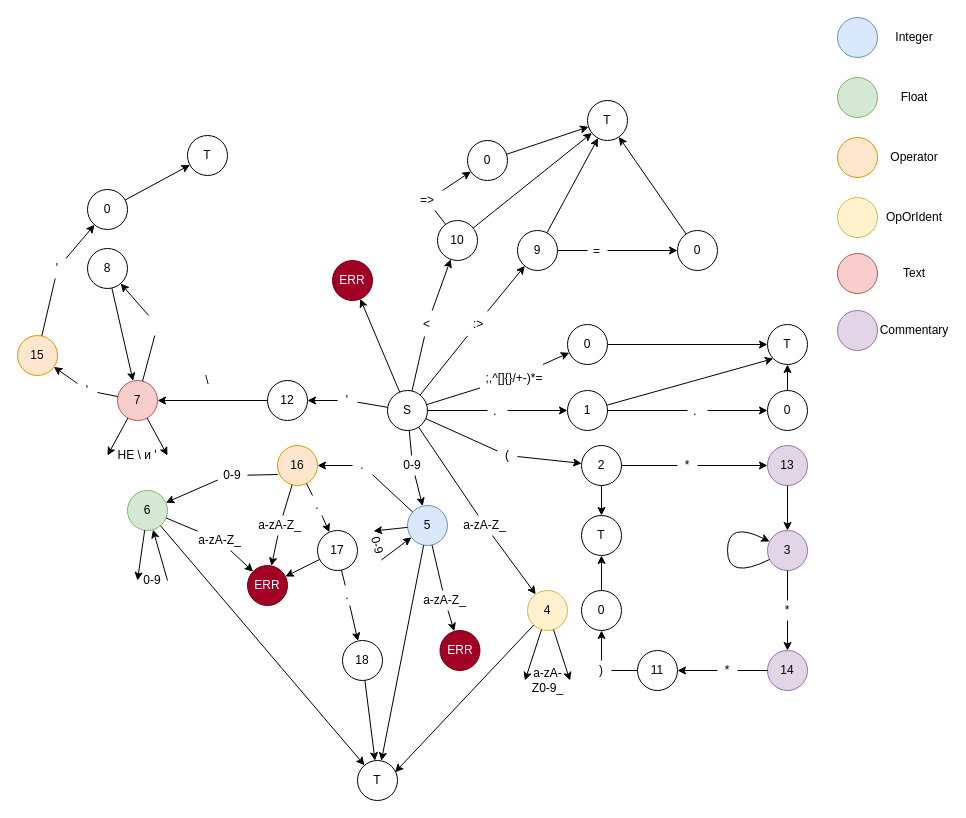
Before: PascalCompiler/LEXER_FSM.drawio in XJIE6yIIIEK/PascalCompiler, a draw.io diagram. Source tidied: cells renumbered, new cells numbered last; positions are measured from the earlier drawing's top-left corner, leaving out a move shared by most shapes. Both pictures are drawn from the tidied source at 100%, with x=0, y=0 at pixel (17, 17).
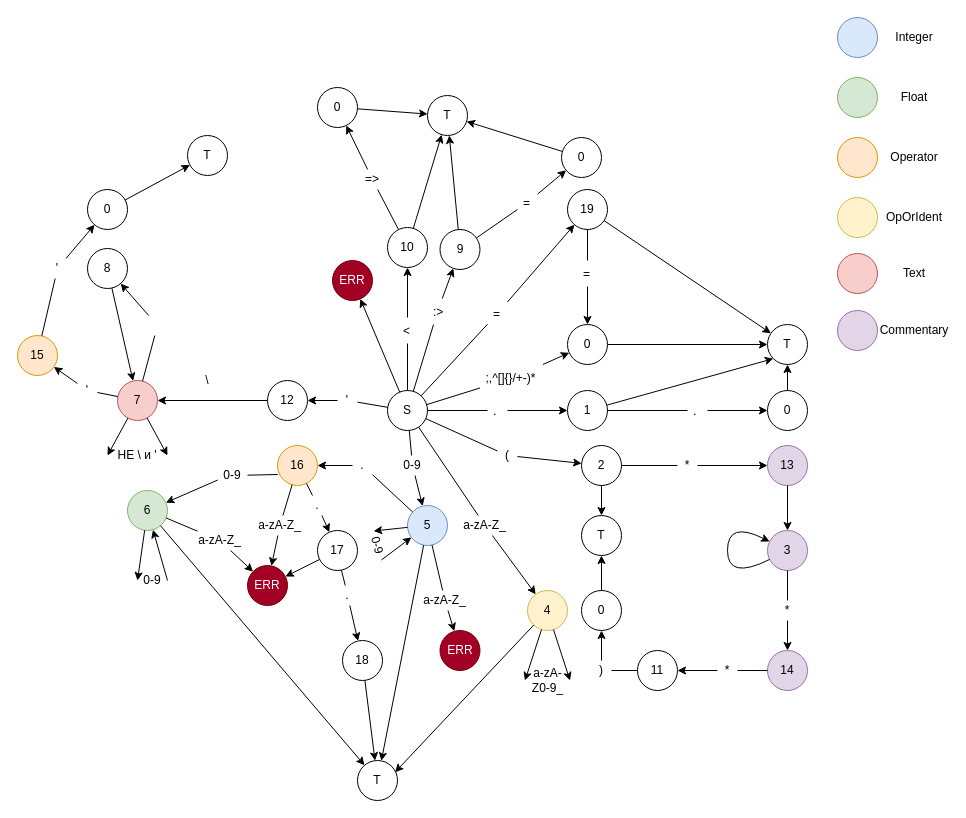
Above is the later version.

The change refers to these unchanged cells:
```xml
<mxCell id="2" value="S" style="ellipse;whiteSpace=wrap;html=1;" parent="1" vertex="1">
  <mxGeometry x="370" y="373" width="40" height="40" as="geometry" />
</mxCell>
<mxCell id="3" value="0" style="ellipse;whiteSpace=wrap;html=1;" parent="1" vertex="1">
  <mxGeometry x="550" y="307" width="40" height="40" as="geometry" />
</mxCell>
<mxCell id="7" value="T" style="ellipse;whiteSpace=wrap;html=1;" parent="1" vertex="1">
  <mxGeometry x="750" y="307" width="40" height="40" as="geometry" />
</mxCell>
```

What changed in the source:
```diff
@@
-    <mxCell id="5" value=";,^[]{}/+-)*=" style="text;strokeColor=none;fillColor=none;align=left;verticalAlign=top;spacingLeft=4;spacingRight=4;overflow=hidden;points=[[0,0.5],[1,0.5]];portConstraint=eastwest;" parent="1" vertex="1">
+    <mxCell id="5" value=";,^[]{}/+-)*" style="text;strokeColor=none;fillColor=none;align=left;verticalAlign=top;spacingLeft=4;spacingRight=4;overflow=hidden;points=[[0,0.5],[1,0.5]];portConstraint=eastwest;" parent="1" vertex="1">
       <mxGeometry x="462.5" y="347" width="67.5" height="26" as="geometry" />
     </mxCell>
@@
     <mxCell id="19" value="9" style="ellipse;whiteSpace=wrap;html=1;" parent="1" vertex="1">
-      <mxGeometry x="500" y="213" width="40" height="40" as="geometry" />
+      <mxGeometry x="422.5" y="212" width="40" height="40" as="geometry" />
     </mxCell>
@@
     <mxCell id="21" value=":&gt;" style="text;strokeColor=none;fillColor=none;align=left;verticalAlign=top;spacingLeft=4;spacingRight=4;overflow=hidden;points=[[0,0.5],[1,0.5]];portConstraint=eastwest;" parent="1" vertex="1">
-      <mxGeometry x="450" y="293" width="20" height="26" as="geometry" />
+      <mxGeometry x="410" y="281" width="20" height="26" as="geometry" />
     </mxCell>
@@
     <mxCell id="23" value="0" style="ellipse;whiteSpace=wrap;html=1;" parent="1" vertex="1">
-      <mxGeometry x="660" y="213" width="40" height="40" as="geometry" />
+      <mxGeometry x="544" y="120" width="40" height="40" as="geometry" />
     </mxCell>
@@
     <mxCell id="25" value="=" style="text;strokeColor=none;fillColor=none;align=left;verticalAlign=top;spacingLeft=4;spacingRight=4;overflow=hidden;points=[[0,0.5],[1,0.5]];portConstraint=eastwest;" parent="1" vertex="1">
-      <mxGeometry x="570" y="220" width="20" height="26" as="geometry" />
+      <mxGeometry x="500" y="172" width="20" height="26" as="geometry" />
     </mxCell>
@@
     <mxCell id="28" value="T" style="ellipse;whiteSpace=wrap;html=1;" parent="1" vertex="1">
-      <mxGeometry x="570" y="83" width="40" height="40" as="geometry" />
+      <mxGeometry x="410" y="78" width="40" height="40" as="geometry" />
     </mxCell>
@@
     <mxCell id="30" value="10" style="ellipse;whiteSpace=wrap;html=1;" parent="1" vertex="1">
-      <mxGeometry x="420" y="203" width="40" height="40" as="geometry" />
+      <mxGeometry x="370" y="210" width="40" height="40" as="geometry" />
     </mxCell>
@@
     <mxCell id="32" value="&lt;" style="text;strokeColor=none;fillColor=none;align=left;verticalAlign=top;spacingLeft=4;spacingRight=4;overflow=hidden;points=[[0,0.5],[1,0.5]];portConstraint=eastwest;" parent="1" vertex="1">
-      <mxGeometry x="400" y="293" width="20" height="26" as="geometry" />
+      <mxGeometry x="380" y="300" width="20" height="26" as="geometry" />
     </mxCell>
@@
     <mxCell id="34" value="0" style="ellipse;whiteSpace=wrap;html=1;" parent="1" vertex="1">
-      <mxGeometry x="450" y="123" width="40" height="40" as="geometry" />
+      <mxGeometry x="300" y="70" width="40" height="40" as="geometry" />
     </mxCell>
@@
     <mxCell id="37" value="=&amp;gt;" style="text;html=1;strokeColor=none;fillColor=none;align=center;verticalAlign=middle;whiteSpace=wrap;rounded=0;" parent="1" vertex="1">
-      <mxGeometry x="390" y="173" width="40" height="20" as="geometry" />
+      <mxGeometry x="335" y="152" width="40" height="20" as="geometry" />
     </mxCell>
@@
+    <mxCell id="154" value="19" style="ellipse;whiteSpace=wrap;html=1;" parent="1" vertex="1">
+      <mxGeometry x="550" y="172" width="40" height="40" as="geometry" />
+    </mxCell>
+    <mxCell id="155" style="endArrow=classic;html=1;startArrow=none;" parent="1" edge="1" source="158" target="154">
+      <mxGeometry relative="1" as="geometry" />
+    </mxCell>
+    <mxCell id="156" style="endArrow=classic;html=1;" parent="1" edge="1" source="154" target="7">
+      <mxGeometry relative="1" as="geometry" />
+    </mxCell>
+    <mxCell id="157" style="endArrow=classic;html=1;startArrow=none;" parent="1" edge="1" source="160" target="3">
+      <mxGeometry relative="1" as="geometry" />
+    </mxCell>
+    <mxCell id="158" value="=&#10;" style="text;strokeColor=none;fillColor=none;align=left;verticalAlign=top;spacingLeft=4;spacingRight=4;overflow=hidden;points=[[0,0.5],[1,0.5]];portConstraint=eastwest;" parent="1" vertex="1">
+      <mxGeometry x="470" y="283" width="20" height="26" as="geometry" />
+    </mxCell>
+    <mxCell id="159" style="endArrow=none;html=1;" parent="1" edge="1" source="2" target="158">
+      <mxGeometry relative="1" as="geometry" />
+    </mxCell>
+    <mxCell id="160" value="=&#10;" style="text;strokeColor=none;fillColor=none;align=left;verticalAlign=top;spacingLeft=4;spacingRight=4;overflow=hidden;points=[[0,0.5],[1,0.5]];portConstraint=eastwest;" parent="1" vertex="1">
+      <mxGeometry x="560" y="243" width="20" height="26" as="geometry" />
+    </mxCell>
+    <mxCell id="161" style="endArrow=none;html=1;" parent="1" edge="1" source="154" target="160">
+      <mxGeometry relative="1" as="geometry" />
+    </mxCell>
```
